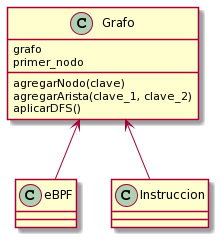
Earlier version of the PlantUML export diagramas/Grafo_class.png (SBen-IV/tp2-Taller1). The source it was exported from:
```plantuml
@startuml
Grafo <-- eBPF
Grafo <-- Instruccion

class Grafo {
  {field}grafo
  {field}primer_nodo
  {method}agregarNodo(clave)
  {method}agregarArista(clave_1, clave_2)
  {method}aplicarDFS()
}
@enduml
```
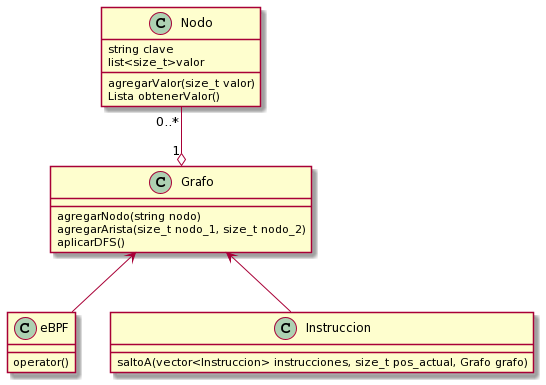
The same diagram one commit later.

What changed in the source:
```diff
@@ -1,12 +1,26 @@
 @startuml
-Grafo <-- eBPF
-Grafo <-- Instruccion
-
 class Grafo {
-  {field}grafo
-  {field}primer_nodo
-  {method}agregarNodo(clave)
-  {method}agregarArista(clave_1, clave_2)
+  {method}agregarNodo(string nodo)
+  {method}agregarArista(size_t nodo_1, size_t nodo_2)
   {method}aplicarDFS()
 }
+
+class Nodo {
+  {field}string clave
+  {field}list<size_t>valor
+  {method}agregarValor(size_t valor)
+  {method}Lista obtenerValor()
+}
+
+class eBPF {
+  {method}operator()
+}
+
+class Instruccion {
+  {method}saltoA(vector<Instruccion> instrucciones, size_t pos_actual, Grafo grafo)
+}
+
+Grafo "1" o-up- "0..*" Nodo
+eBPF -up-> Grafo
+Instruccion -up-> Grafo
 @enduml
```
